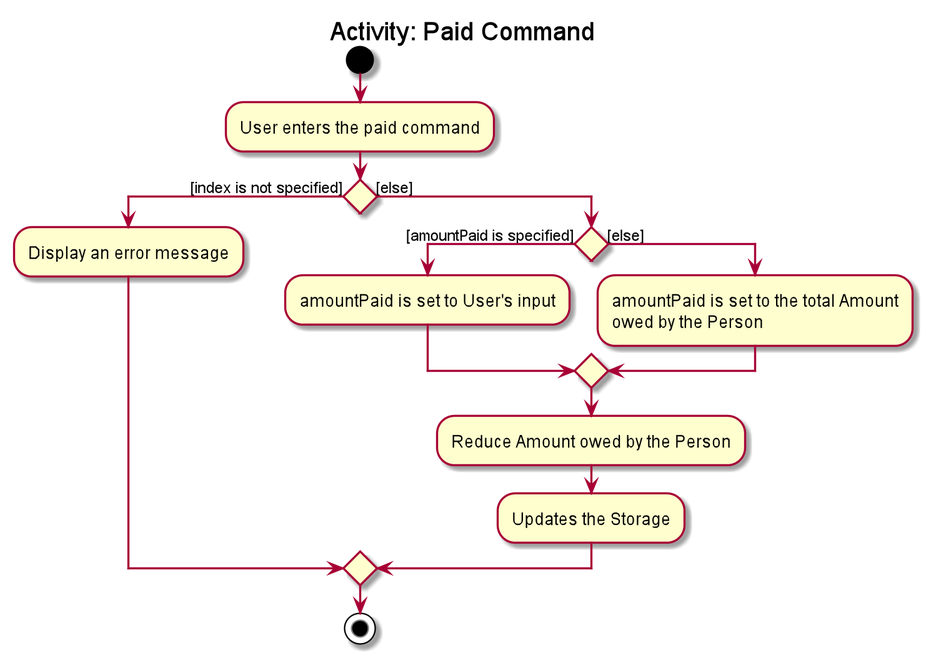
This is images/ExpenseSplitterPaidCommandActivityDiagram.png from AY1920S2-CS2103T-W13-1/main, a PlantUML export, as it was before one commit. The source it was exported from:
```plantuml
@startuml
title Activity: Paid Command

start
:User enters the paid command;

if () then ([index is not specified])
    :Display an error message;
else ([else])
    if () then ([amountPaid is specified])
        :amountPaid is set to User's input;
    else ([else])
        :amountPaid is set to the total Amount
        owed by the Person;
    endif
    :Reduce Amount owed by the Person;
    :Updates the Storage;
endif
stop
@enduml
```
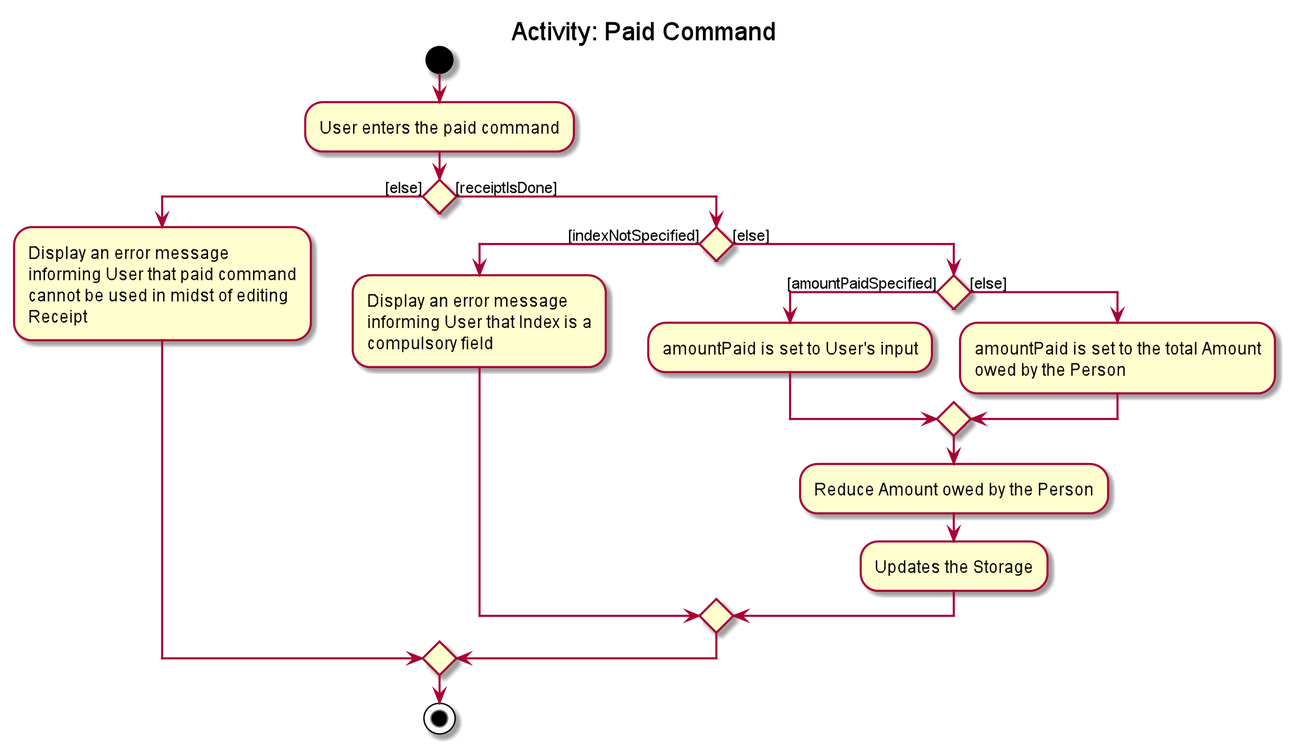
Later version of the same file.

Diff of the diagram source:
```diff
@@ -4,17 +4,28 @@
 start
 :User enters the paid command;
 
-if () then ([index is not specified])
-    :Display an error message;
-else ([else])
-    if () then ([amountPaid is specified])
-        :amountPaid is set to User's input;
+
+if () then ([else])
+    :Display an error message
+    informing User that paid command
+    cannot be used in midst of editing
+    Receipt;
+else ([receiptIsDone])
+    if () then ([indexNotSpecified])
+        :Display an error message
+        informing User that Index is a
+        compulsory field;
     else ([else])
-        :amountPaid is set to the total Amount
-        owed by the Person;
+        if () then ([amountPaidSpecified])
+            :amountPaid is set to User's input;
+        else ([else])
+            :amountPaid is set to the total Amount
+            owed by the Person;
+        endif
+        :Reduce Amount owed by the Person;
+        :Updates the Storage;
     endif
-    :Reduce Amount owed by the Person;
-    :Updates the Storage;
+
 endif
 stop
 @enduml
```
